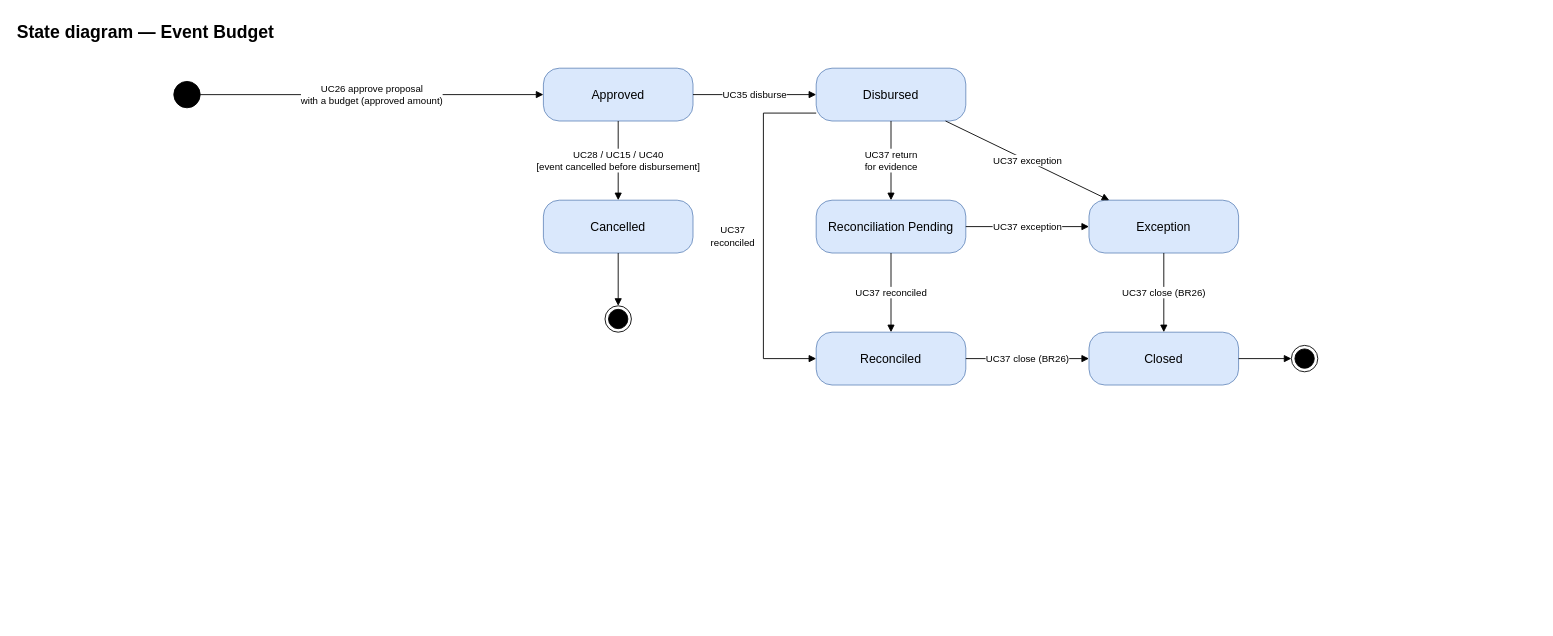
This is page "Event Budget" (7 of 8) of docs/03-diagrams/UCMS_State_Diagrams.drawio from nvdekay/ClubManagementSystem, a draw.io file, before an edit. Source tidied: cells renumbered, new cells numbered last; positions are measured from the earlier drawing's top-left corner, leaving out a move shared by most shapes. Both pictures are drawn from the tidied source at 88%, with x=0, y=0 at pixel (15, 15).
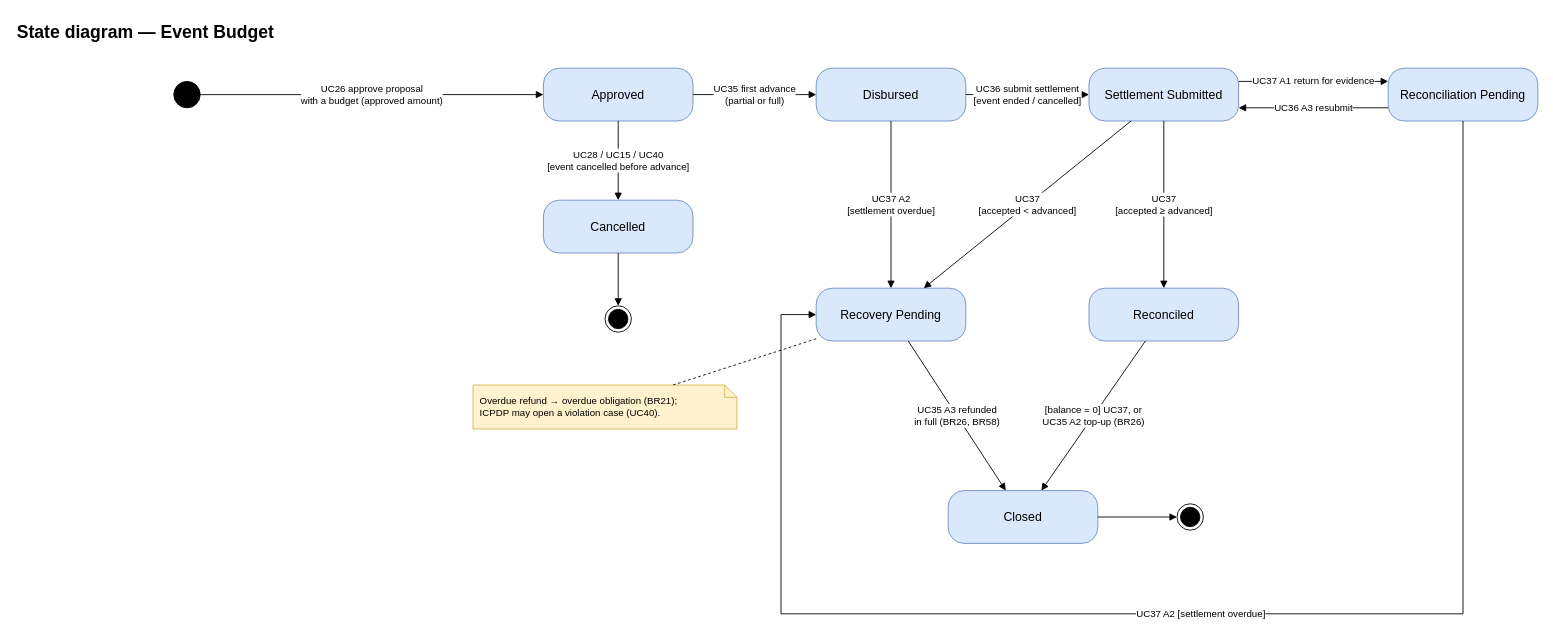
The same diagram, later.

The change refers to these unchanged cells:
```xml
<mxCell id="3" value="Approved" style="rounded=1;arcSize=30;whiteSpace=wrap;html=1;fillColor=#dae8fc;strokeColor=#6c8ebf;fontSize=14;" parent="1" vertex="1">
  <mxGeometry x="600" y="60" width="170" height="60" as="geometry" />
</mxCell>
<mxCell id="4" value="Disbursed" style="rounded=1;arcSize=30;whiteSpace=wrap;html=1;fillColor=#dae8fc;strokeColor=#6c8ebf;fontSize=14;" parent="1" vertex="1">
  <mxGeometry x="910" y="60" width="170" height="60" as="geometry" />
</mxCell>
```

Diff of the diagram source:
```diff
@@
+    <mxCell id="8" style="ellipse;html=1;fillColor=#000000;strokeColor=#000000;" parent="1" vertex="1">
+      <mxGeometry x="180" y="75" width="30" height="30" as="geometry" />
+    </mxCell>
@@
+    <mxCell id="25" value="Settlement Submitted" style="rounded=1;arcSize=30;whiteSpace=wrap;html=1;fillColor=#dae8fc;strokeColor=#6c8ebf;fontSize=14;" parent="1" vertex="1">
+      <mxGeometry x="1220" y="60" width="170" height="60" as="geometry" />
+    </mxCell>
     <mxCell id="5" value="Reconciliation Pending" style="rounded=1;arcSize=30;whiteSpace=wrap;html=1;fillColor=#dae8fc;strokeColor=#6c8ebf;fontSize=14;" parent="1" vertex="1">
-      <mxGeometry x="910" y="210" width="170" height="60" as="geometry" />
+      <mxGeometry x="1560" y="60" width="170" height="60" as="geometry" />
     </mxCell>
+    <mxCell id="26" value="Recovery Pending" style="rounded=1;arcSize=30;whiteSpace=wrap;html=1;fillColor=#dae8fc;strokeColor=#6c8ebf;fontSize=14;" parent="1" vertex="1">
+      <mxGeometry x="910" y="310" width="170" height="60" as="geometry" />
+    </mxCell>
     <mxCell id="6" value="Reconciled" style="rounded=1;arcSize=30;whiteSpace=wrap;html=1;fillColor=#dae8fc;strokeColor=#6c8ebf;fontSize=14;" parent="1" vertex="1">
-      <mxGeometry x="910" y="360" width="170" height="60" as="geometry" />
+      <mxGeometry x="1220" y="310" width="170" height="60" as="geometry" />
     </mxCell>
     <mxCell id="7" value="Closed" style="rounded=1;arcSize=30;whiteSpace=wrap;html=1;fillColor=#dae8fc;strokeColor=#6c8ebf;fontSize=14;" parent="1" vertex="1">
-      <mxGeometry x="1220" y="360" width="170" height="60" as="geometry" />
+      <mxGeometry x="1060" y="540" width="170" height="60" as="geometry" />
     </mxCell>
-    <mxCell id="8" style="ellipse;html=1;fillColor=#000000;strokeColor=#000000;" parent="1" vertex="1">
-      <mxGeometry x="180" y="75" width="30" height="30" as="geometry" />
-    </mxCell>
+    <mxCell id="10" style="ellipse;html=1;shape=endState;fillColor=#000000;strokeColor=#000000;" parent="1" vertex="1">
+      <mxGeometry x="1320" y="555" width="30" height="30" as="geometry" />
+    </mxCell>
+    <mxCell id="16" value="Cancelled" style="rounded=1;arcSize=30;whiteSpace=wrap;html=1;fillColor=#dae8fc;strokeColor=#6c8ebf;fontSize=14;" parent="1" vertex="1">
+      <mxGeometry x="600" y="210" width="170" height="60" as="geometry" />
+    </mxCell>
+    <mxCell id="17" style="ellipse;html=1;shape=endState;fillColor=#000000;strokeColor=#000000;" parent="1" vertex="1">
+      <mxGeometry x="670" y="330" width="30" height="30" as="geometry" />
+    </mxCell>
@@
-    <mxCell id="10" style="ellipse;html=1;shape=endState;fillColor=#000000;strokeColor=#000000;" parent="1" vertex="1">
-      <mxGeometry x="1450" y="375" width="30" height="30" as="geometry" />
-    </mxCell>
+    <mxCell id="27" value="UC35 first advance&lt;br&gt;(partial or full)" style="endArrow=block;endFill=1;html=1;rounded=0;fontSize=11;labelBackgroundColor=#ffffff;" parent="1" edge="1" source="3" target="4">
+      <mxGeometry relative="1" as="geometry" />
+    </mxCell>
-    <mxCell id="11" style="endArrow=block;endFill=1;html=1;rounded=0;fontSize=11;labelBackgroundColor=#ffffff;" parent="1" edge="1" source="7" target="10">
+    <mxCell id="11" value="UC36 submit settlement&lt;br&gt;[event ended / cancelled]" style="endArrow=block;endFill=1;html=1;rounded=0;fontSize=11;labelBackgroundColor=#ffffff;" parent="1" edge="1" source="4" target="25">
       <mxGeometry relative="1" as="geometry" />
     </mxCell>
+    <mxCell id="28" value="UC37 A1 return for evidence" style="endArrow=block;endFill=1;html=1;rounded=0;fontSize=11;labelBackgroundColor=#ffffff;exitX=1;exitY=0.25;entryX=0;entryY=0.25;" parent="1" edge="1" source="25" target="5">
+      <mxGeometry relative="1" as="geometry" />
+    </mxCell>
+    <mxCell id="29" value="UC36 A3 resubmit" style="endArrow=block;endFill=1;html=1;rounded=0;fontSize=11;labelBackgroundColor=#ffffff;exitX=0;exitY=0.75;entryX=1;entryY=0.75;" parent="1" edge="1" source="5" target="25">
+      <mxGeometry relative="1" as="geometry" />
+    </mxCell>
+    <mxCell id="30" value="UC37&lt;br&gt;[accepted ≥ advanced]" style="endArrow=block;endFill=1;html=1;rounded=0;fontSize=11;labelBackgroundColor=#ffffff;" parent="1" edge="1" source="25" target="6">
+      <mxGeometry relative="1" as="geometry" />
+    </mxCell>
+    <mxCell id="31" value="UC37&lt;br&gt;[accepted &amp;lt; advanced]" style="endArrow=block;endFill=1;html=1;rounded=0;fontSize=11;labelBackgroundColor=#ffffff;" parent="1" edge="1" source="25" target="26">
+      <mxGeometry relative="1" as="geometry" />
+    </mxCell>
+    <mxCell id="32" value="UC37 A2&lt;br&gt;[settlement overdue]" style="endArrow=block;endFill=1;html=1;rounded=0;fontSize=11;labelBackgroundColor=#ffffff;" parent="1" edge="1" source="4" target="26">
+      <mxGeometry relative="1" as="geometry" />
+    </mxCell>
+    <mxCell id="33" value="UC37 A2 [settlement overdue]" style="endArrow=block;endFill=1;html=1;rounded=0;fontSize=11;labelBackgroundColor=#ffffff;exitX=0.5;exitY=1;entryX=0;entryY=0.5;" parent="1" edge="1" source="5" target="26">
+      <mxGeometry relative="1" as="geometry">
+        <Array as="points">
+          <mxPoint x="1645" y="680" />
+          <mxPoint x="870" y="680" />
+          <mxPoint x="870" y="340" />
+        </Array>
+      </mxGeometry>
+    </mxCell>
-    <mxCell id="12" value="UC35 disburse" style="endArrow=block;endFill=1;html=1;rounded=0;fontSize=11;labelBackgroundColor=#ffffff;" parent="1" edge="1" source="3" target="4">
+    <mxCell id="12" value="[balance = 0] UC37, or&lt;br&gt;UC35 A2 top-up (BR26)" style="endArrow=block;endFill=1;html=1;rounded=0;fontSize=11;labelBackgroundColor=#ffffff;" parent="1" edge="1" source="6" target="7">
       <mxGeometry relative="1" as="geometry" />
     </mxCell>
-    <mxCell id="13" value="UC37 return&lt;br&gt;for evidence" style="endArrow=block;endFill=1;html=1;rounded=0;fontSize=11;labelBackgroundColor=#ffffff;" parent="1" edge="1" source="4" target="5">
+    <mxCell id="13" value="UC35 A3 refunded&lt;br&gt;in full (BR26, BR58)" style="endArrow=block;endFill=1;html=1;rounded=0;fontSize=11;labelBackgroundColor=#ffffff;" parent="1" edge="1" source="26" target="7">
       <mxGeometry relative="1" as="geometry" />
     </mxCell>
-    <mxCell id="14" value="UC37 reconciled" style="endArrow=block;endFill=1;html=1;rounded=0;fontSize=11;labelBackgroundColor=#ffffff;" parent="1" edge="1" source="5" target="6">
+    <mxCell id="14" style="endArrow=block;endFill=1;html=1;rounded=0;fontSize=11;labelBackgroundColor=#ffffff;" parent="1" edge="1" source="7" target="10">
       <mxGeometry relative="1" as="geometry" />
     </mxCell>
-    <mxCell id="15" value="UC37 close (BR26)" style="endArrow=block;endFill=1;html=1;rounded=0;fontSize=11;labelBackgroundColor=#ffffff;" parent="1" edge="1" source="6" target="7">
+    <mxCell id="15" value="UC28 / UC15 / UC40&lt;br&gt;[event cancelled before advance]" style="endArrow=block;endFill=1;html=1;rounded=0;fontSize=11;labelBackgroundColor=#ffffff;" parent="1" edge="1" source="3" target="16">
       <mxGeometry relative="1" as="geometry" />
     </mxCell>
-    <mxCell id="16" value="Cancelled" style="rounded=1;arcSize=30;whiteSpace=wrap;html=1;fillColor=#dae8fc;strokeColor=#6c8ebf;fontSize=14;" parent="1" vertex="1">
-      <mxGeometry x="600" y="210" width="170" height="60" as="geometry" />
-    </mxCell>
-    <mxCell id="17" style="ellipse;html=1;shape=endState;fillColor=#000000;strokeColor=#000000;" parent="1" vertex="1">
-      <mxGeometry x="670" y="330" width="30" height="30" as="geometry" />
-    </mxCell>
-    <mxCell id="18" value="Exception" style="rounded=1;arcSize=30;whiteSpace=wrap;html=1;fillColor=#dae8fc;strokeColor=#6c8ebf;fontSize=14;" parent="1" vertex="1">
-      <mxGeometry x="1220" y="210" width="170" height="60" as="geometry" />
-    </mxCell>
@@
-    <mxCell id="20" value="UC37 exception" style="endArrow=block;endFill=1;html=1;rounded=0;fontSize=11;labelBackgroundColor=#ffffff;" parent="1" edge="1" source="4" target="18">
-      <mxGeometry relative="1" as="geometry" />
-    </mxCell>
-    <mxCell id="21" value="UC37 exception" style="endArrow=block;endFill=1;html=1;rounded=0;fontSize=11;labelBackgroundColor=#ffffff;" parent="1" edge="1" source="5" target="18">
-      <mxGeometry relative="1" as="geometry" />
-    </mxCell>
-    <mxCell id="22" value="UC37 close (BR26)" style="endArrow=block;endFill=1;html=1;rounded=0;fontSize=11;labelBackgroundColor=#ffffff;" parent="1" edge="1" source="18" target="7">
-      <mxGeometry relative="1" as="geometry" />
-    </mxCell>
-    <mxCell id="23" value="UC37&lt;br&gt;reconciled" style="endArrow=block;endFill=1;html=1;rounded=0;fontSize=11;labelBackgroundColor=#ffffff;exitX=0;exitY=0.85;entryX=0;entryY=0.5;" parent="1" edge="1" source="4" target="6">
-      <mxGeometry relative="1" as="geometry">
-        <Array as="points">
-          <mxPoint x="850" y="111" />
-          <mxPoint x="850" y="390" />
-        </Array>
-        <mxPoint x="-35" as="offset" />
-      </mxGeometry>
-    </mxCell>
-    <mxCell id="24" value="UC28 / UC15 / UC40&lt;br&gt;[event cancelled before disbursement]" style="endArrow=block;endFill=1;html=1;rounded=0;fontSize=11;labelBackgroundColor=#ffffff;" parent="1" edge="1" source="3" target="16">
-      <mxGeometry relative="1" as="geometry" />
-    </mxCell>
+    <mxCell id="34" value="Overdue refund → overdue obligation (BR21);&lt;br&gt;ICPDP may open a violation case (UC40)." style="shape=note;whiteSpace=wrap;html=1;size=14;fillColor=#fff2cc;strokeColor=#d6b656;fontSize=11;align=left;spacingLeft=6;" parent="1" vertex="1">
+      <mxGeometry x="520" y="420" width="300" height="50" as="geometry" />
+    </mxCell>
+    <mxCell id="35" style="endArrow=block;endFill=1;html=1;rounded=0;fontSize=11;labelBackgroundColor=#ffffff;dashed=1;endArrow=none;" parent="1" edge="1" source="34" target="26">
+      <mxGeometry relative="1" as="geometry" />
+    </mxCell>
```
